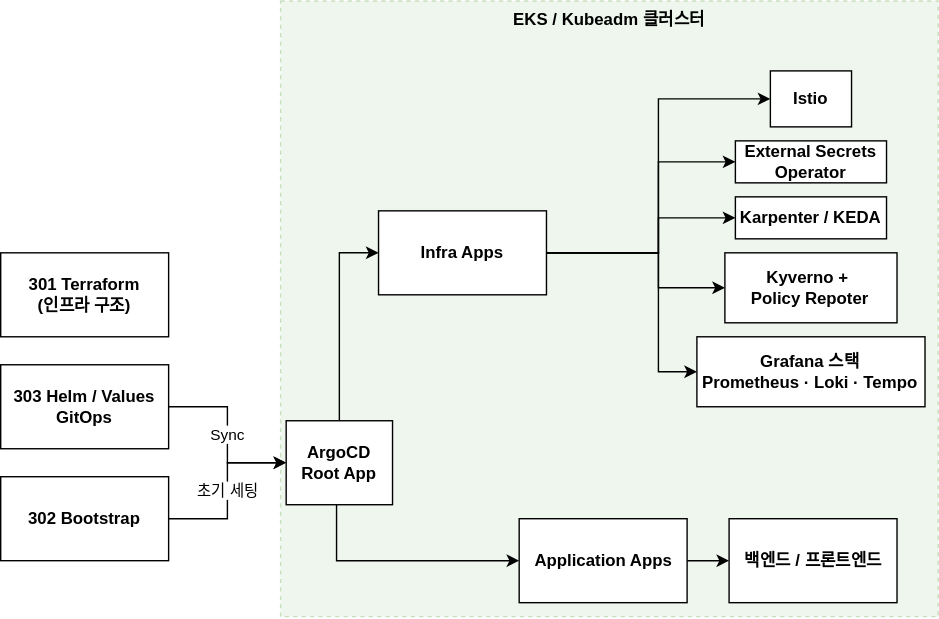
Earlier version of the draw.io export public/images/infrastructure/architecture/02_infra-arc.svg (goorm-gongbang/001-finalPR). Source tidied: cells renumbered, new cells last; positions are measured from the earlier drawing's top-left corner, leaving out a move shared by most shapes.
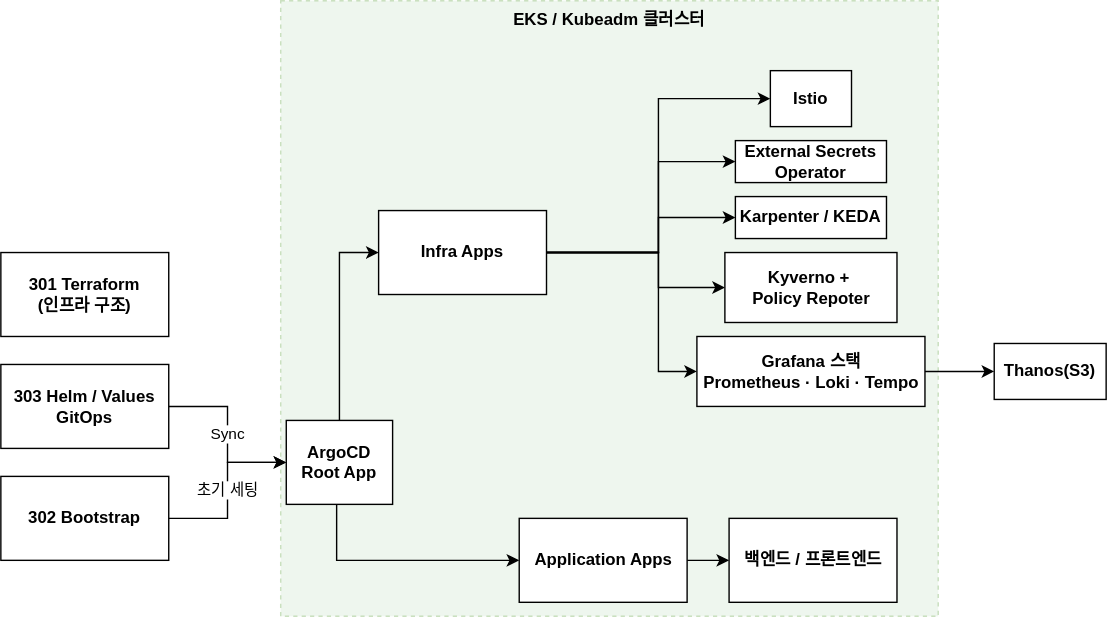
The same diagram one commit later.

The edit, as a diff of the source:
```diff
@@ -92,8 +92,14 @@
     <mxCell id="23" value="&lt;b&gt;Kyverno +&amp;nbsp;&lt;/b&gt;&lt;div&gt;&lt;b&gt;Policy Repoter&lt;/b&gt;&lt;/div&gt;" style="rounded=0;whiteSpace=wrap;html=1;" parent="1" vertex="1">
       <mxGeometry x="517.5" y="180" width="123" height="50" as="geometry" />
     </mxCell>
+    <mxCell id="25" style="edgeStyle=orthogonalEdgeStyle;rounded=0;jettySize=auto;html=1;entryX=0;entryY=0.5;entryDx=0;entryDy=0;" parent="1" edge="1" source="24" target="26">
+      <mxGeometry relative="1" as="geometry" />
+    </mxCell>
     <mxCell id="24" value="&lt;b&gt;Grafana 스택&lt;/b&gt;&lt;div&gt;&lt;b&gt;Prometheus · Loki · Tempo&lt;/b&gt;&lt;/div&gt;" style="rounded=0;whiteSpace=wrap;html=1;" parent="1" vertex="1">
       <mxGeometry x="497.5" y="240" width="163" height="50" as="geometry" />
     </mxCell>
+    <mxCell id="26" value="&lt;b&gt;Thanos(S3)&lt;/b&gt;" style="rounded=0;whiteSpace=wrap;html=1;" parent="1" vertex="1">
+      <mxGeometry x="710" y="245" width="80" height="40" as="geometry" />
+    </mxCell>
   </root>
 </mxGraphModel>
```
